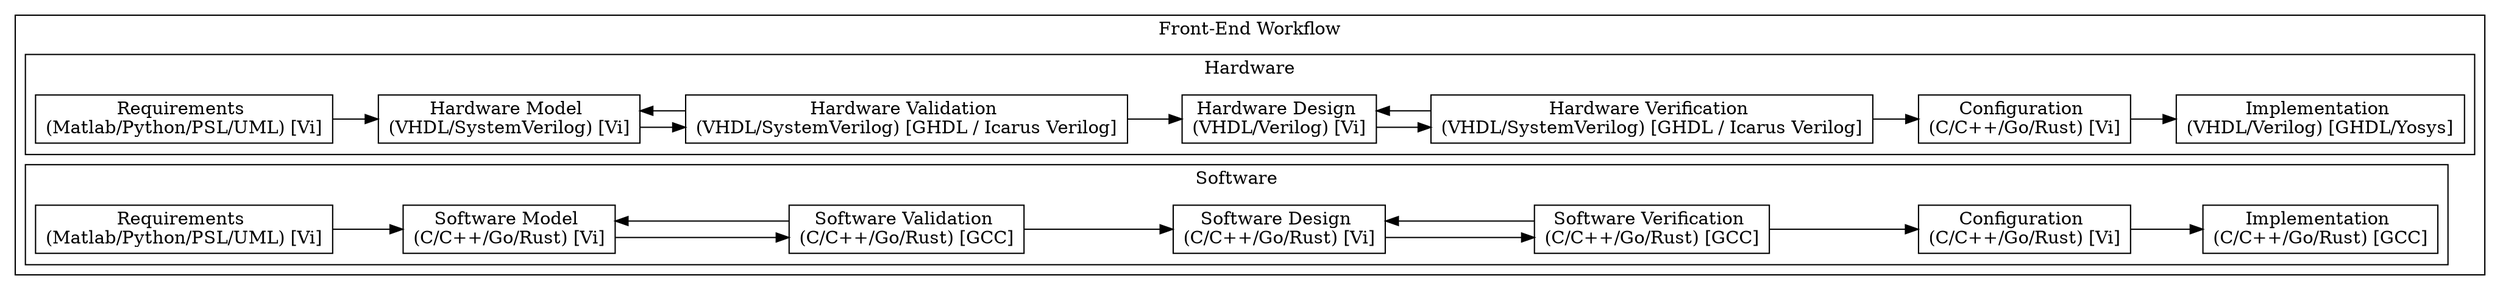
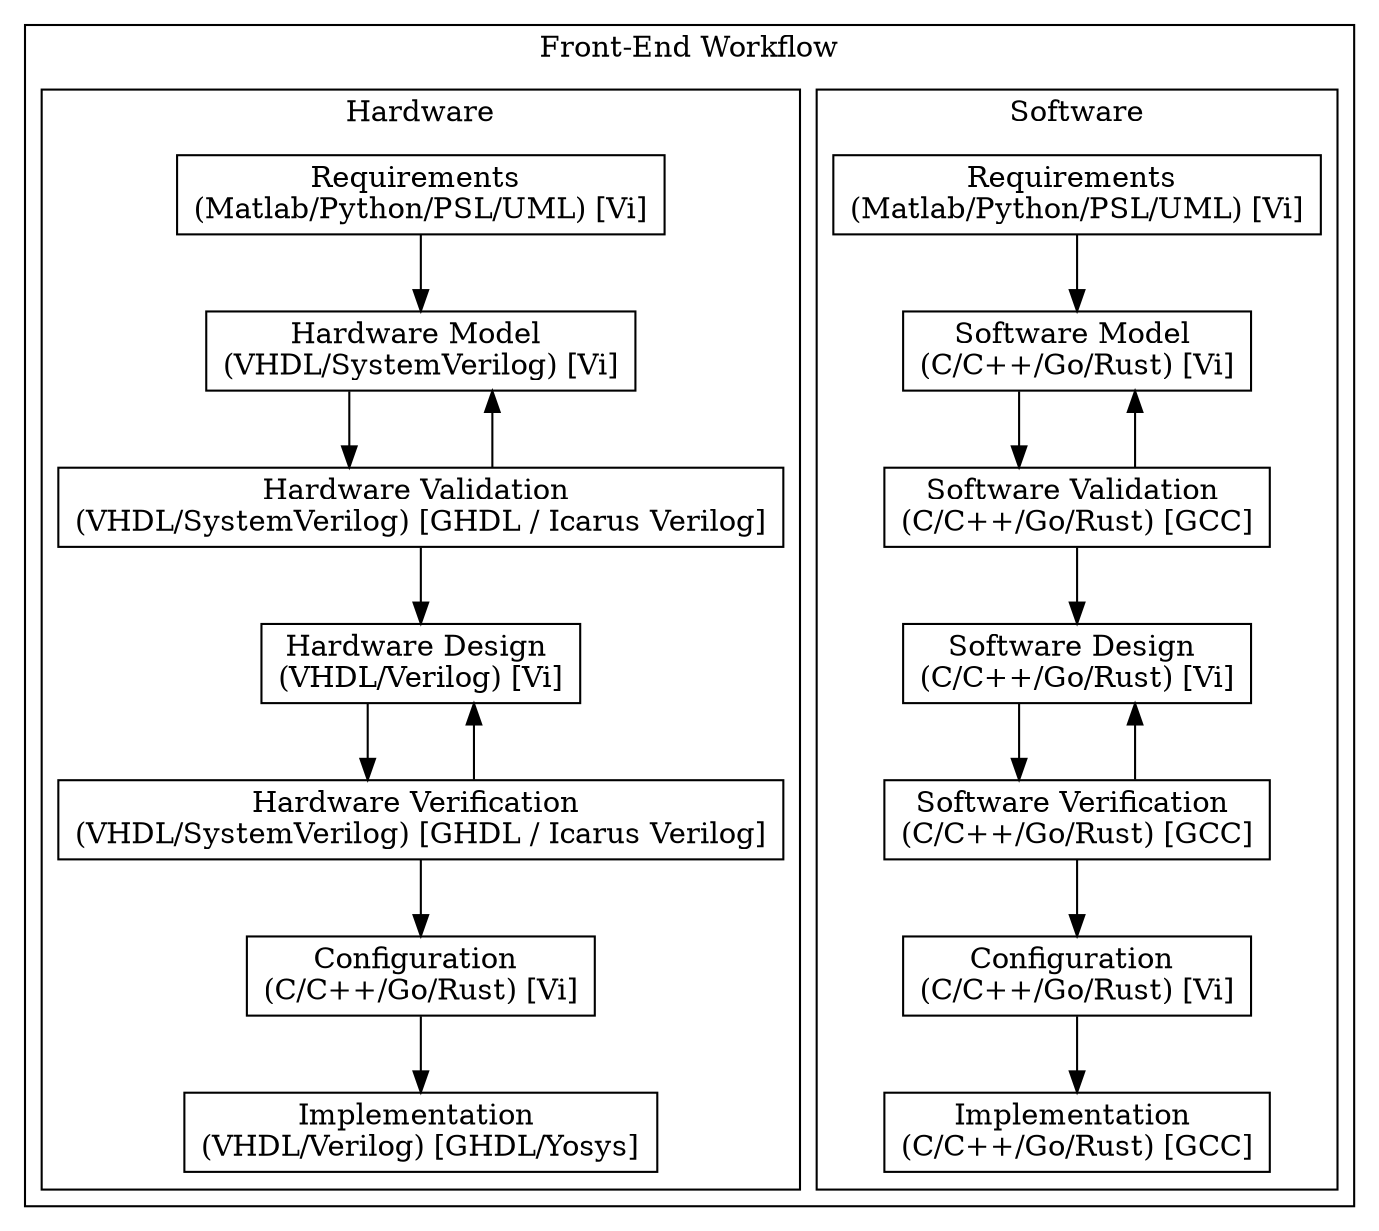
digraph Project {
  // Introduction
-   graph [rankdir = LR, splines=ortho];
+   graph [rankdir = TB, splines=ortho];
  node[shape=record];

  // Blocks
  subgraph "cluster Workflow" { label = "Front-End Workflow";
+     subgraph "cluster Software" { label = "Software";
+       Requirements_SW[label="Requirements \n(Matlab/Python/PSL/UML) [Vi]"];
+       Model_SW[label="Software Model \n(C/C++/Go/Rust) [Vi]"];
+       Validation_SW[label="Software Validation \n(C/C++/Go/Rust) [GCC]"];
+       Design_SW[label="Software Design \n(C/C++/Go/Rust) [Vi]"];
+       Verification_SW[label="Software Verification \n(C/C++/Go/Rust) [GCC]"];
+       Configuration_SW[label="Configuration \n(C/C++/Go/Rust) [Vi]"];
+       Implementation_SW[label="Implementation \n(C/C++/Go/Rust) [GCC]"];
+     }
    subgraph "cluster Hardware" { label = "Hardware";
      Requirements_HW[label="Requirements \n(Matlab/Python/PSL/UML) [Vi]"];
      Model_HW[label="Hardware Model \n(VHDL/SystemVerilog) [Vi]"];
      Validation_HW[label="Hardware Validation \n(VHDL/SystemVerilog) [GHDL / Icarus Verilog]"];
      Design_HW[label="Hardware Design \n(VHDL/Verilog) [Vi]"];
      Verification_HW[label="Hardware Verification \n(VHDL/SystemVerilog) [GHDL / Icarus Verilog]"];
      Configuration_HW[label="Configuration \n(C/C++/Go/Rust) [Vi]"];
      Implementation_HW[label="Implementation \n(VHDL/Verilog) [GHDL/Yosys]"];
    }
-     subgraph "cluster Software" { label = "Software";
-       Requirements_SW[label="Requirements \n(Matlab/Python/PSL/UML) [Vi]"];
-       Model_SW[label="Software Model \n(C/C++/Go/Rust) [Vi]"];
-       Validation_SW[label="Software Validation \n(C/C++/Go/Rust) [GCC]"];
-       Design_SW[label="Software Design \n(C/C++/Go/Rust) [Vi]"];
-       Verification_SW[label="Software Verification \n(C/C++/Go/Rust) [GCC]"];
-       Configuration_SW[label="Configuration \n(C/C++/Go/Rust) [Vi]"];
-       Implementation_SW[label="Implementation \n(C/C++/Go/Rust) [GCC]"];
-     }
  }
+ 
+   // Software Sequence
+   Requirements_SW -> Model_SW;
+   Model_SW -> Validation_SW;
+   Validation_SW -> Design_SW;
+   Design_SW -> Verification_SW;
+   Verification_SW -> Configuration_SW;
+   Configuration_SW -> Implementation_SW;
+ 
+   // Software Feedback
+   Validation_SW -> Model_SW;
+   Verification_SW -> Design_SW;

  // Hardware Sequence
  Requirements_HW -> Model_HW;
  Model_HW -> Validation_HW;
  Validation_HW -> Design_HW;
  Design_HW -> Verification_HW;
  Verification_HW -> Configuration_HW;
  Configuration_HW -> Implementation_HW;

  // Hardware Feedback
  Validation_HW -> Model_HW;
  Verification_HW -> Design_HW;
- 
-   // Software Sequence
-   Requirements_SW -> Model_SW;
-   Model_SW -> Validation_SW;
-   Validation_SW -> Design_SW;
-   Design_SW -> Verification_SW;
-   Verification_SW -> Configuration_SW;
-   Configuration_SW -> Implementation_SW;
- 
-   // Software Feedback
-   Validation_SW -> Model_SW;
-   Verification_SW -> Design_SW;
}
